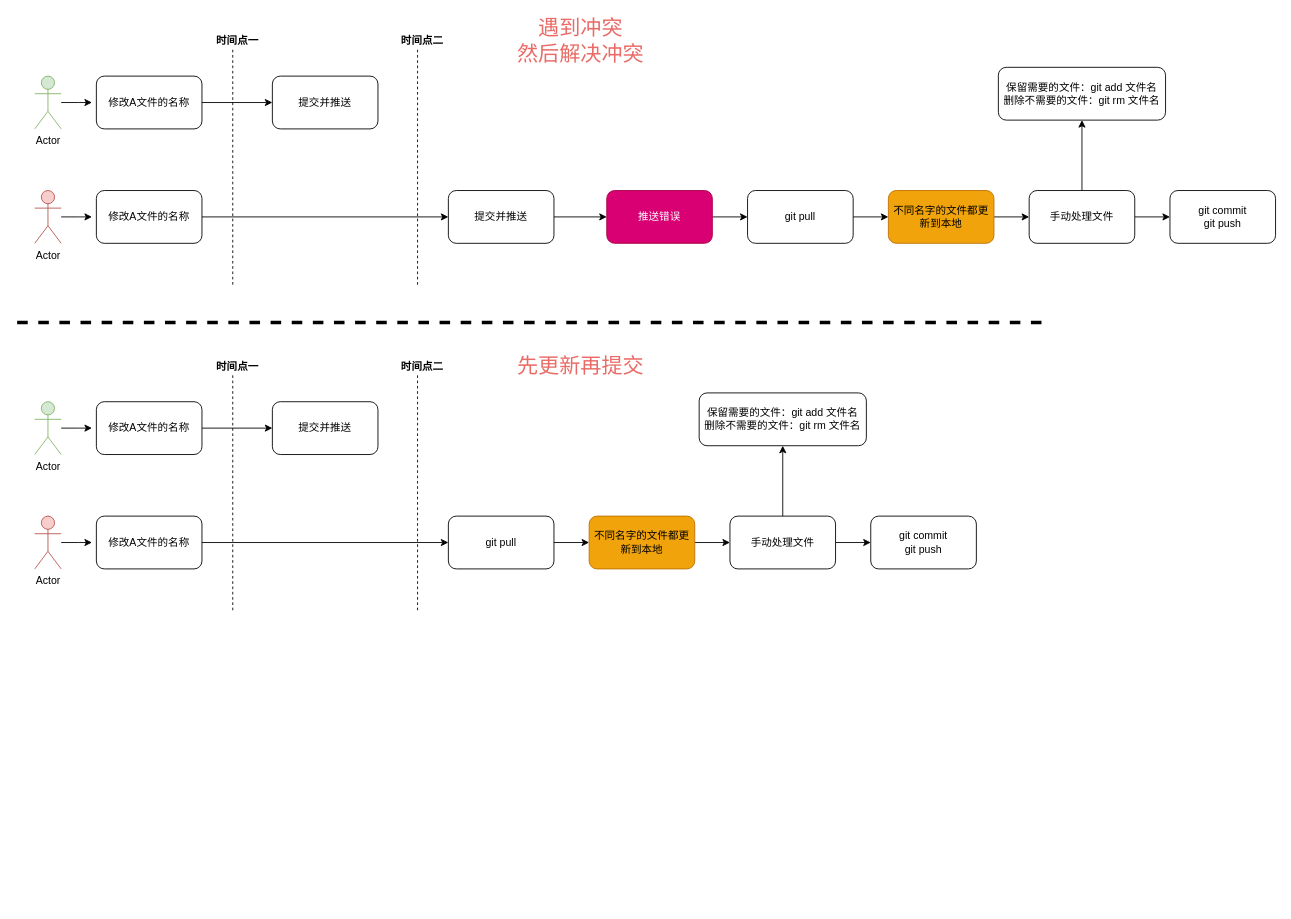
Above: page "多人修改同一文件的名称" (5 of 5) of git提交文件.drawio in fxiaoyu97/Algorithm-Utils (draw.io), before the change. Source tidied: cells renumbered, new cells numbered last; positions are measured from the earlier drawing's top-left corner, leaving out a move shared by most shapes. Both pictures are drawn from the tidied source at 88%, with x=0, y=0 at pixel (17, 23).
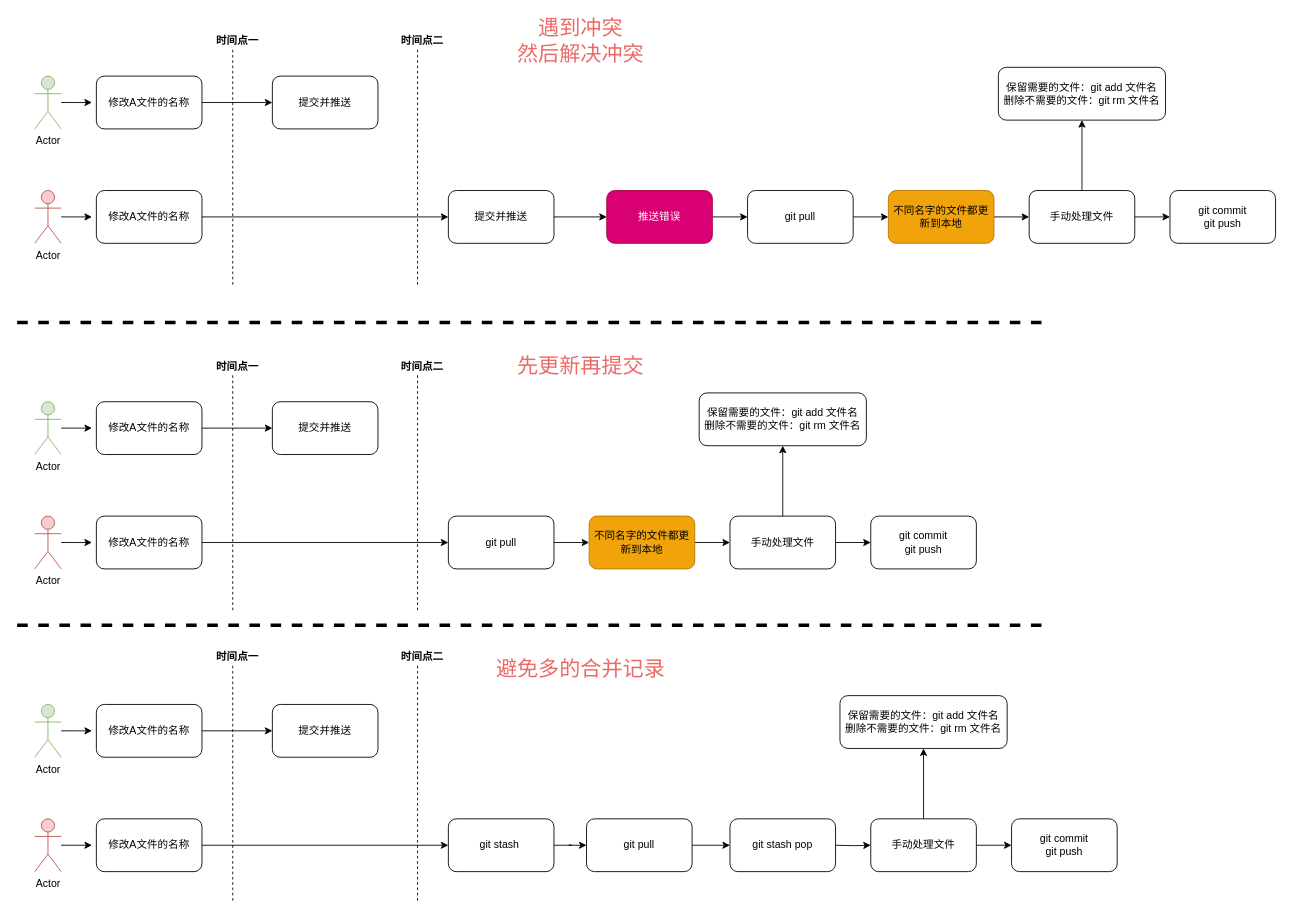
After the change.

The edit, as a diff of the source:
```diff
@@
+    <mxCell id="57" style="line;strokeWidth=4;html=1;perimeter=backbonePerimeter;dashed=1;fontSize=24;fontColor=#EA6B66;" parent="1" vertex="1">
+      <mxGeometry y="679" width="1170" height="10" as="geometry" />
+    </mxCell>
+    <mxCell id="58" style="edgeStyle=orthogonalEdgeStyle;rounded=0;jettySize=auto;html=1;" parent="1" edge="1" source="59">
+      <mxGeometry relative="1" as="geometry">
+        <mxPoint x="85" y="804" as="targetPoint" />
+      </mxGeometry>
+    </mxCell>
+    <mxCell id="59" value="Actor" style="shape=umlActor;verticalLabelPosition=bottom;verticalAlign=top;html=1;outlineConnect=0;fillColor=#d5e8d4;strokeColor=#82b366;" parent="1" vertex="1">
+      <mxGeometry x="20" y="774" width="30" height="60" as="geometry" />
+    </mxCell>
+    <mxCell id="60" style="edgeStyle=orthogonalEdgeStyle;rounded=0;jettySize=auto;html=1;" parent="1" edge="1" source="61" target="62">
+      <mxGeometry relative="1" as="geometry" />
+    </mxCell>
+    <mxCell id="61" value="修改A文件的名称" style="rounded=1;whiteSpace=wrap;html=1;" parent="1" vertex="1">
+      <mxGeometry x="90" y="774" width="120" height="60" as="geometry" />
+    </mxCell>
+    <mxCell id="62" value="提交并推送" style="whiteSpace=wrap;html=1;rounded=1;" parent="1" vertex="1">
+      <mxGeometry x="290" y="774" width="120" height="60" as="geometry" />
+    </mxCell>
+    <mxCell id="63" style="edgeStyle=orthogonalEdgeStyle;rounded=0;jettySize=auto;html=1;" parent="1" edge="1" source="64">
+      <mxGeometry relative="1" as="geometry">
+        <mxPoint x="85" y="934" as="targetPoint" />
+      </mxGeometry>
+    </mxCell>
+    <mxCell id="64" value="Actor" style="shape=umlActor;verticalLabelPosition=bottom;verticalAlign=top;html=1;outlineConnect=0;fillColor=#f8cecc;strokeColor=#b85450;" parent="1" vertex="1">
+      <mxGeometry x="20" y="904" width="30" height="60" as="geometry" />
+    </mxCell>
+    <mxCell id="65" style="edgeStyle=orthogonalEdgeStyle;rounded=0;jettySize=auto;html=1;" parent="1" edge="1" source="66" target="68">
+      <mxGeometry relative="1" as="geometry" />
+    </mxCell>
+    <mxCell id="66" value="修改A文件的名称" style="rounded=1;whiteSpace=wrap;html=1;" parent="1" vertex="1">
+      <mxGeometry x="90" y="904" width="120" height="60" as="geometry" />
+    </mxCell>
+    <mxCell id="67" style="edgeStyle=orthogonalEdgeStyle;rounded=0;jettySize=auto;html=1;fontSize=24;fontColor=#EA6B66;" parent="1" edge="1" source="68" target="72">
+      <mxGeometry relative="1" as="geometry" />
+    </mxCell>
+    <mxCell id="68" value="git stash&amp;nbsp;" style="whiteSpace=wrap;html=1;rounded=1;" parent="1" vertex="1">
+      <mxGeometry x="490" y="904" width="120" height="60" as="geometry" />
+    </mxCell>
+    <mxCell id="69" value="git stash pop" style="whiteSpace=wrap;html=1;rounded=1;" parent="1" vertex="1">
+      <mxGeometry x="810" y="904" width="120" height="60" as="geometry" />
+    </mxCell>
+    <mxCell id="70" value="&lt;font color=&quot;#ea6b66&quot;&gt;&lt;span style=&quot;font-size: 24px;&quot;&gt;避免多的合并记录&lt;/span&gt;&lt;/font&gt;" style="text;html=1;align=center;verticalAlign=middle;strokeColor=none;fillColor=none;fontColor=#000000;" parent="1" vertex="1">
+      <mxGeometry x="535" y="724" width="210" height="20" as="geometry" />
+    </mxCell>
+    <mxCell id="71" style="edgeStyle=orthogonalEdgeStyle;rounded=0;jettySize=auto;html=1;fontSize=24;fontColor=#EA6B66;" parent="1" edge="1" source="72" target="69">
+      <mxGeometry relative="1" as="geometry" />
+    </mxCell>
+    <mxCell id="72" value="git pull" style="whiteSpace=wrap;html=1;rounded=1;" parent="1" vertex="1">
+      <mxGeometry x="647" y="904" width="120" height="60" as="geometry" />
+    </mxCell>
+    <mxCell id="73" style="group;" parent="1" vertex="1">
+      <mxGeometry x="220" y="710" width="60" height="290" as="geometry" />
+    </mxCell>
+    <mxCell id="74" style="line;strokeWidth=1;direction=south;html=1;dashed=1;" parent="73" vertex="1">
+      <mxGeometry x="20" y="20" width="10" height="270" as="geometry" />
+    </mxCell>
+    <mxCell id="75" value="&lt;b&gt;时间点一&lt;/b&gt;" style="text;html=1;align=center;verticalAlign=middle;strokeColor=none;fillColor=none;" parent="73" vertex="1">
+      <mxGeometry width="60" height="20" as="geometry" />
+    </mxCell>
+    <mxCell id="76" style="group;" parent="1" vertex="1">
+      <mxGeometry x="430" y="710" width="60" height="290" as="geometry" />
+    </mxCell>
+    <mxCell id="77" style="line;strokeWidth=1;direction=south;html=1;dashed=1;" parent="76" vertex="1">
+      <mxGeometry x="20" y="20" width="10" height="270" as="geometry" />
+    </mxCell>
+    <mxCell id="78" value="&lt;b&gt;时间点二&lt;/b&gt;" style="text;html=1;align=center;verticalAlign=middle;strokeColor=none;fillColor=none;" parent="76" vertex="1">
+      <mxGeometry width="60" height="20" as="geometry" />
+    </mxCell>
+    <mxCell id="79" style="edgeStyle=orthogonalEdgeStyle;rounded=0;jettySize=auto;html=1;fontSize=24;fontColor=#EA6B66;" parent="1" edge="1" target="82">
+      <mxGeometry relative="1" as="geometry">
+        <mxPoint x="930" y="934" as="sourcePoint" />
+      </mxGeometry>
+    </mxCell>
+    <mxCell id="80" style="edgeStyle=orthogonalEdgeStyle;rounded=0;jettySize=auto;html=1;fontSize=24;fontColor=#EA6B66;" parent="1" edge="1" source="82" target="83">
+      <mxGeometry relative="1" as="geometry" />
+    </mxCell>
+    <mxCell id="81" style="edgeStyle=orthogonalEdgeStyle;rounded=0;jettySize=auto;html=1;fontSize=24;fontColor=#EA6B66;" parent="1" edge="1" source="82" target="84">
+      <mxGeometry relative="1" as="geometry" />
+    </mxCell>
+    <mxCell id="82" value="手动处理文件" style="whiteSpace=wrap;html=1;rounded=1;" parent="1" vertex="1">
+      <mxGeometry x="970" y="904" width="120" height="60" as="geometry" />
+    </mxCell>
+    <mxCell id="83" value="git commit&lt;br&gt;git push" style="whiteSpace=wrap;html=1;rounded=1;" parent="1" vertex="1">
+      <mxGeometry x="1130" y="904" width="120" height="60" as="geometry" />
+    </mxCell>
+    <mxCell id="84" value="保留需要的文件：git add 文件名&lt;br&gt;删除不需要的文件：git rm 文件名" style="whiteSpace=wrap;html=1;rounded=1;" parent="1" vertex="1">
+      <mxGeometry x="935" y="764" width="190" height="60" as="geometry" />
+    </mxCell>
```
